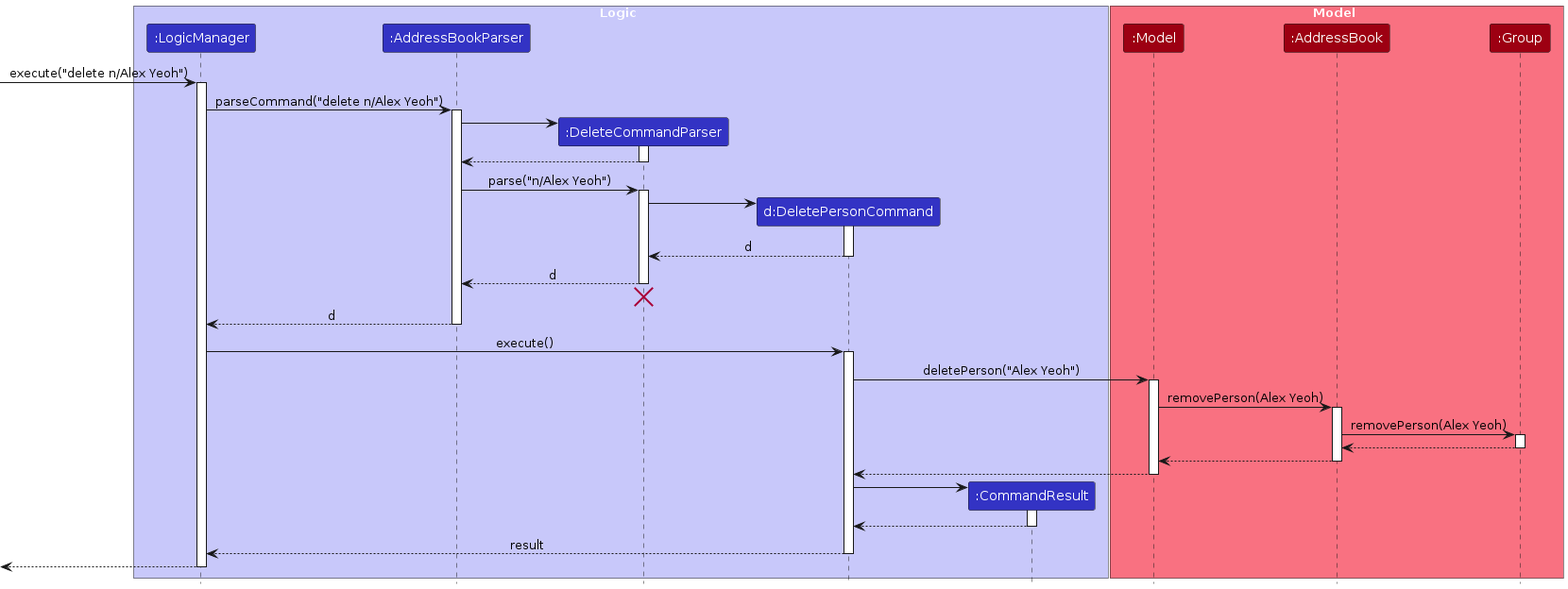
AY2324S1-CS2103T-T10-3/tp keeps this PlantUML diagram as diagrams/DeletePersonSequenceDiagram.png. Above is the earlier version. Its source is kept beside it as diagrams/DeletePersonSequenceDiagram.puml.
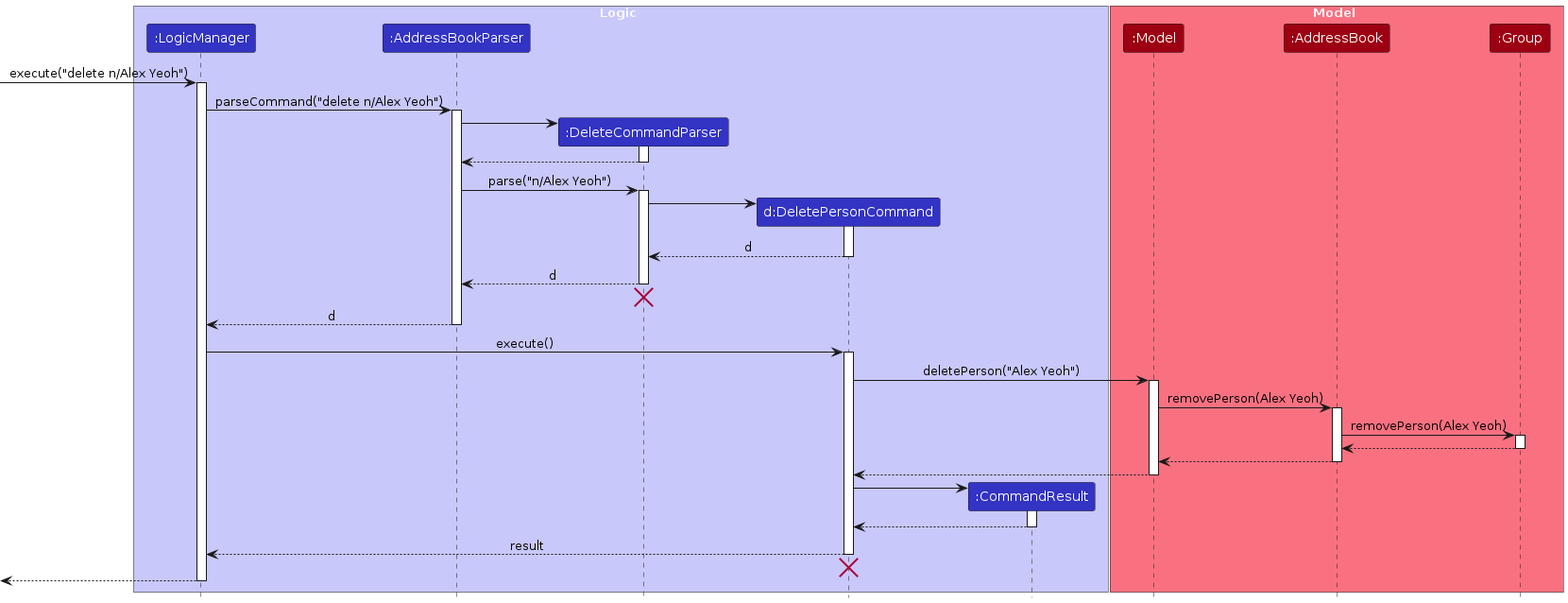
The same file after the commit.

Diff of the diagram source:
```diff
@@ -78,6 +78,9 @@
 DeletePersonCommand --> LogicManager : result
 deactivate DeletePersonCommand
 
+DeletePersonCommand -[hidden]-> AddressBookParser
+destroy DeletePersonCommand
+
 [<--LogicManager
 deactivate LogicManager
 @enduml
```
